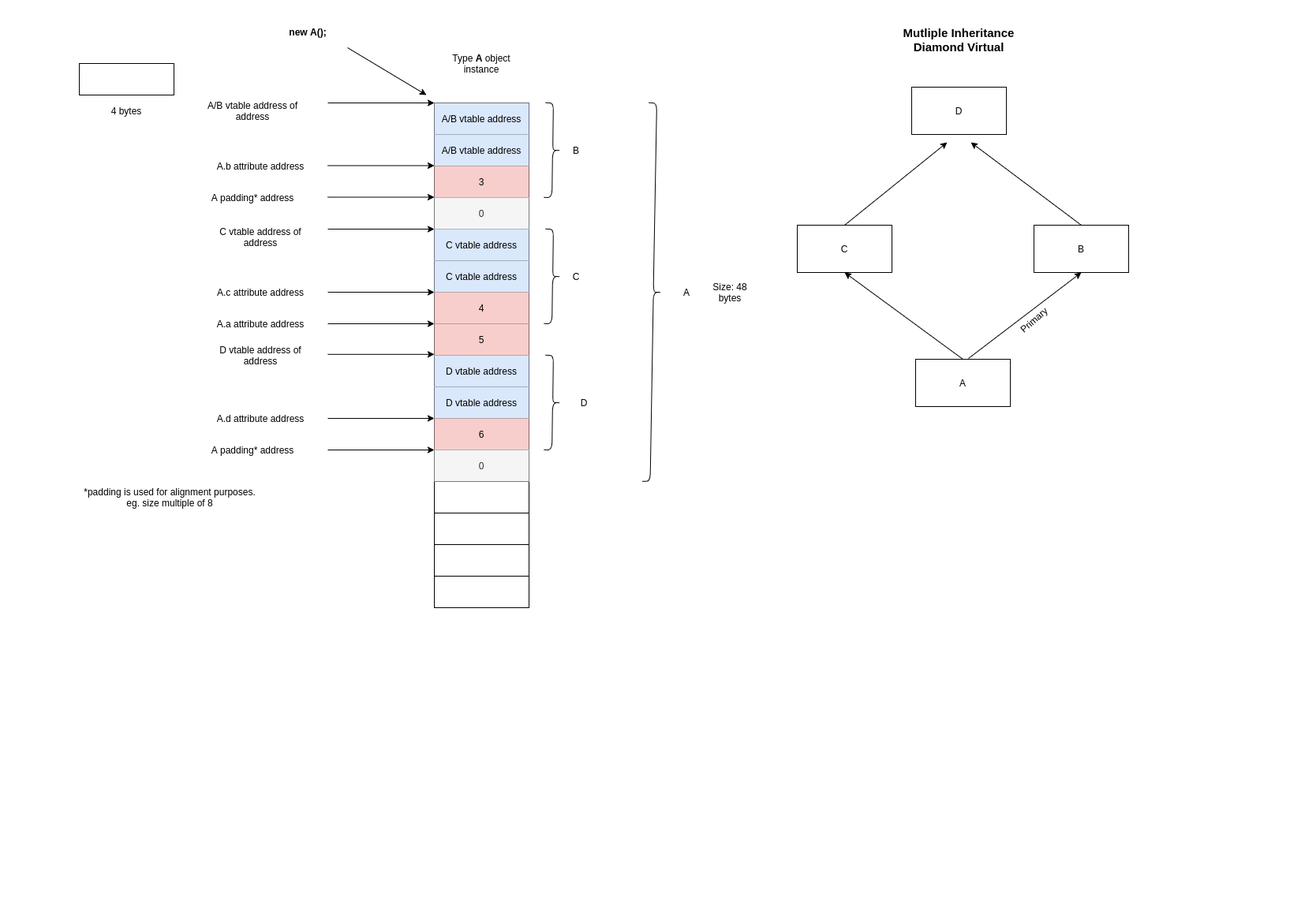
felichio/-M135-20_hw3-20 keeps this draw.io diagram as multiple_inheritance_diamond_virtual/layout.png. Above is the earlier version. Source tidied: cells renumbered, new cells last; positions are measured from the earlier drawing's top-left corner, leaving out a move shared by most shapes.
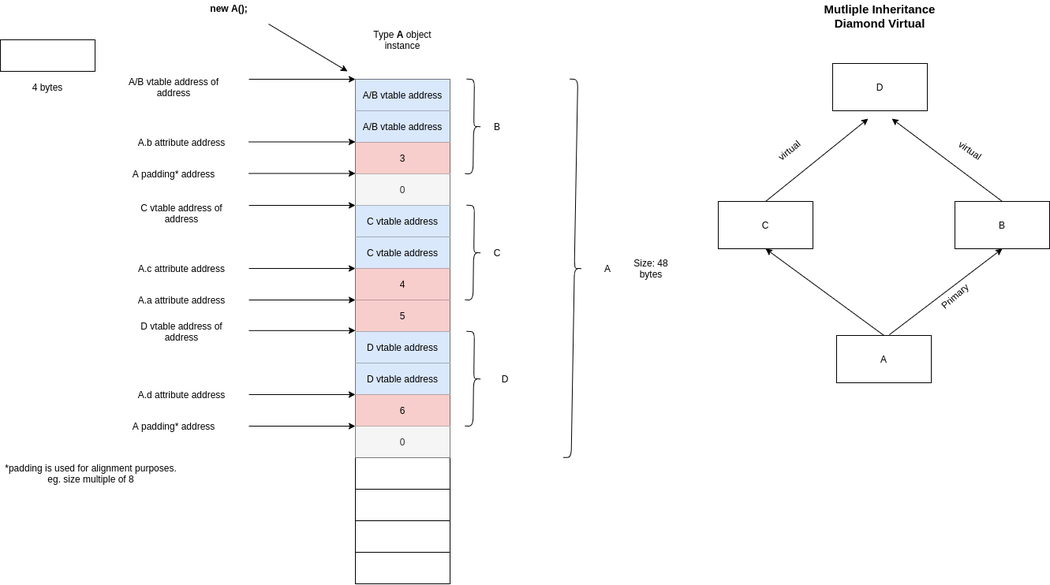
The same diagram one commit later.

Commit message:
add virtual tag

Change to the diagram source:
```diff
@@ -275,5 +275,11 @@
     <mxCell id="80" value="D" style="text;html=1;strokeColor=none;fillColor=none;align=center;verticalAlign=middle;whiteSpace=wrap;rounded=0;" parent="1" vertex="1">
       <mxGeometry x="620" y="470" width="40" height="20" as="geometry" />
     </mxCell>
+    <mxCell id="81" value="virtual" style="text;html=1;strokeColor=none;fillColor=none;align=center;verticalAlign=middle;whiteSpace=wrap;rounded=0;rotation=321;" parent="1" vertex="1">
+      <mxGeometry x="980" y="180" width="40" height="20" as="geometry" />
+    </mxCell>
+    <mxCell id="82" value="virtual" style="text;html=1;strokeColor=none;fillColor=none;align=center;verticalAlign=middle;whiteSpace=wrap;rounded=0;rotation=35;" parent="1" vertex="1">
+      <mxGeometry x="1210" y="180" width="40" height="20" as="geometry" />
+    </mxCell>
   </root>
 </mxGraphModel>
```
